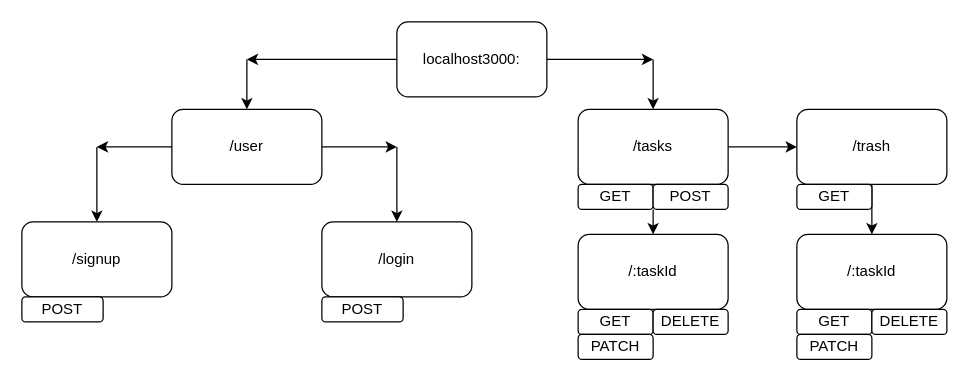
Earlier version of the draw.io diagram sema.drawio (nAleksic5/To-Do-app). Source tidied: cells renumbered, new cells numbered last; positions are measured from the earlier drawing's top-left corner, leaving out a move shared by most shapes. Both pictures are drawn from the tidied source at 125%, with x=0, y=0 at pixel (21, 21).
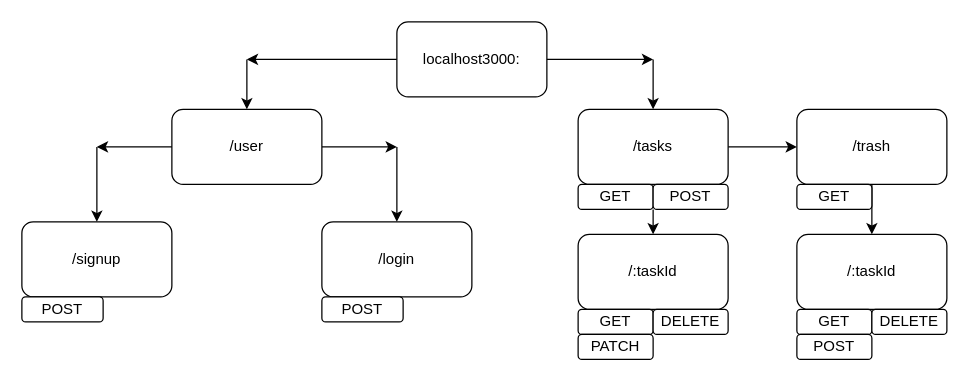
The same diagram, later.

The edit, as a diff of the source:
```diff
@@
-    <mxCell id="31" value="PATCH" style="rounded=1;whiteSpace=wrap;html=1;" parent="1" vertex="1">
+    <mxCell id="31" value="POST" style="rounded=1;whiteSpace=wrap;html=1;" parent="1" vertex="1">
       <mxGeometry x="620" y="250" width="60" height="20" as="geometry" />
     </mxCell>
```
